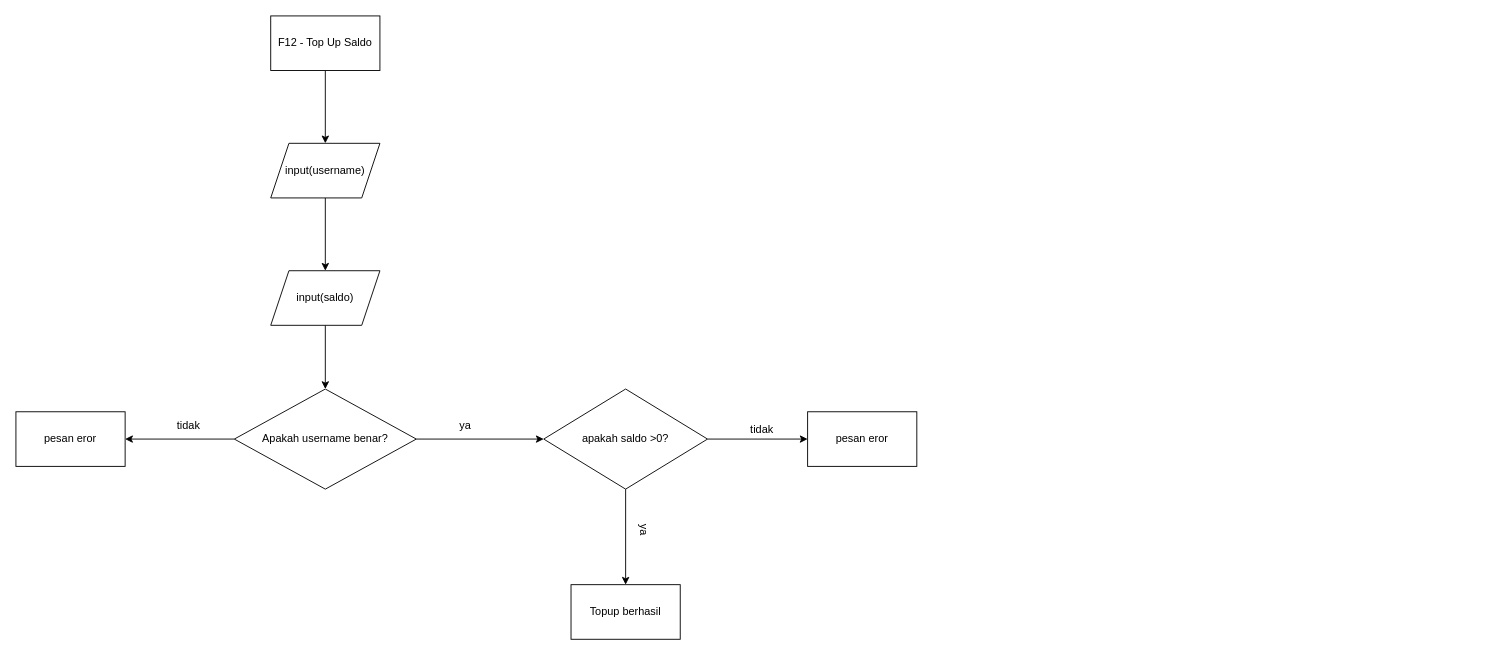
yuujin-Q/tubes_daspro keeps this draw.io diagram as page "F12" (12 of 17) of f01/f01.drawio. Above is the earlier version. Source tidied: cells renumbered, new cells numbered last; positions are measured from the earlier drawing's top-left corner, leaving out a move shared by most shapes. Both pictures are drawn from the tidied source at 91%, with x=0, y=0 at pixel (15, 15).
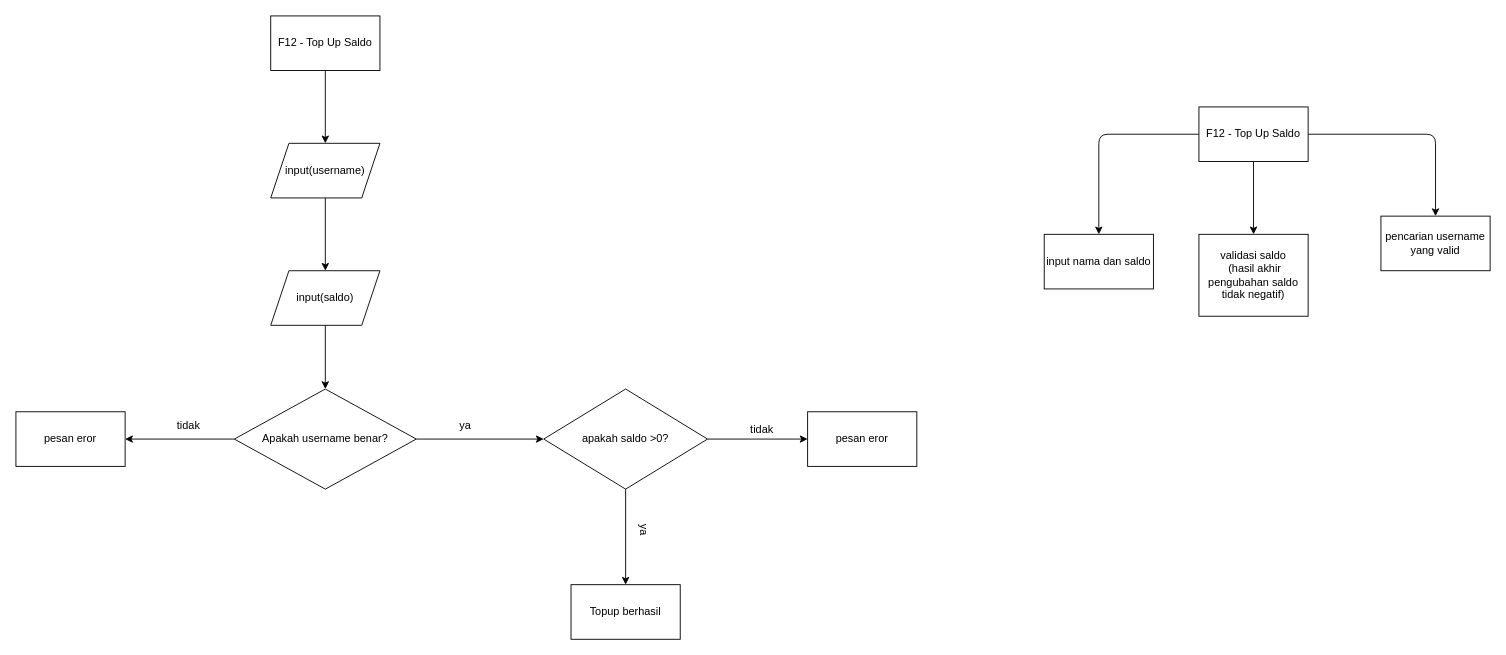
The same page after the edit.

Diff of the diagram source:
```diff
@@
+    <mxCell id="21" style="edgeStyle=orthogonalEdgeStyle;html=1;" parent="1" edge="1" source="24" target="25">
+      <mxGeometry relative="1" as="geometry" />
+    </mxCell>
+    <mxCell id="22" style="edgeStyle=orthogonalEdgeStyle;html=1;" parent="1" edge="1" source="24" target="26">
+      <mxGeometry relative="1" as="geometry" />
+    </mxCell>
+    <mxCell id="23" style="edgeStyle=orthogonalEdgeStyle;html=1;" parent="1" edge="1" source="24" target="27">
+      <mxGeometry relative="1" as="geometry" />
+    </mxCell>
+    <mxCell id="24" value="F12 - Top Up Saldo" style="whiteSpace=wrap;html=1;rounded=0;" parent="1" vertex="1">
+      <mxGeometry x="1300" y="100" width="120" height="60" as="geometry" />
+    </mxCell>
+    <mxCell id="25" value="input nama dan saldo" style="whiteSpace=wrap;html=1;rounded=0;" parent="1" vertex="1">
+      <mxGeometry x="1130" y="240" width="120" height="60" as="geometry" />
+    </mxCell>
+    <mxCell id="26" value="validasi saldo&lt;br&gt;&amp;nbsp;(hasil akhir pengubahan saldo tidak negatif)" style="whiteSpace=wrap;html=1;rounded=0;" parent="1" vertex="1">
+      <mxGeometry x="1300" y="240" width="120" height="90" as="geometry" />
+    </mxCell>
+    <mxCell id="27" value="pencarian username yang valid" style="whiteSpace=wrap;html=1;rounded=0;" parent="1" vertex="1">
+      <mxGeometry x="1500" y="220" width="120" height="60" as="geometry" />
+    </mxCell>
```
